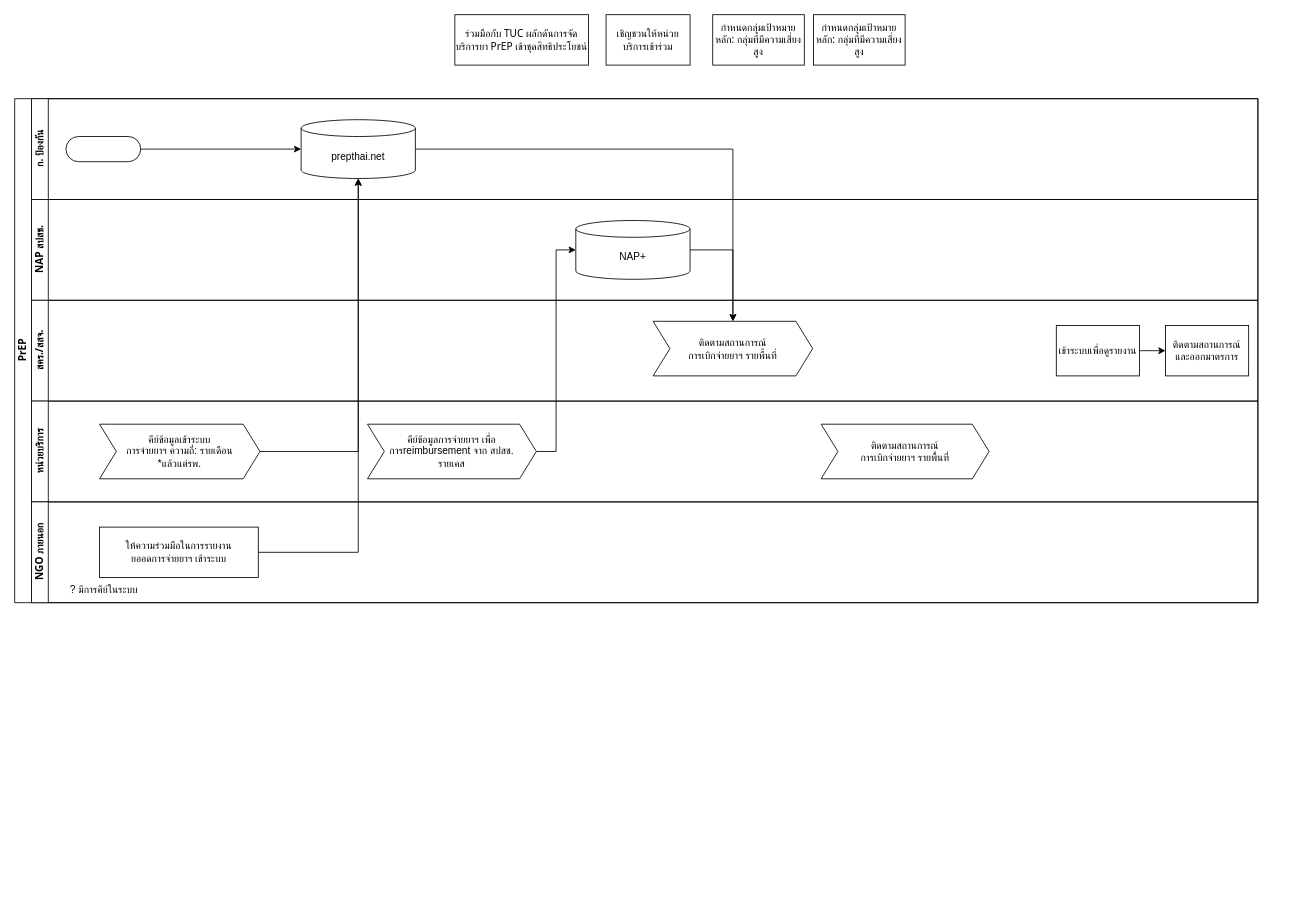
anun311/regist keeps this draw.io diagram as PrEP workflow.drawio. Above is the earlier version. Source tidied: cells renumbered, new cells numbered last; positions are measured from the earlier drawing's top-left corner, leaving out a move shared by most shapes. Both pictures are drawn from the tidied source at 84%, with x=0, y=0 at pixel (14, 14).
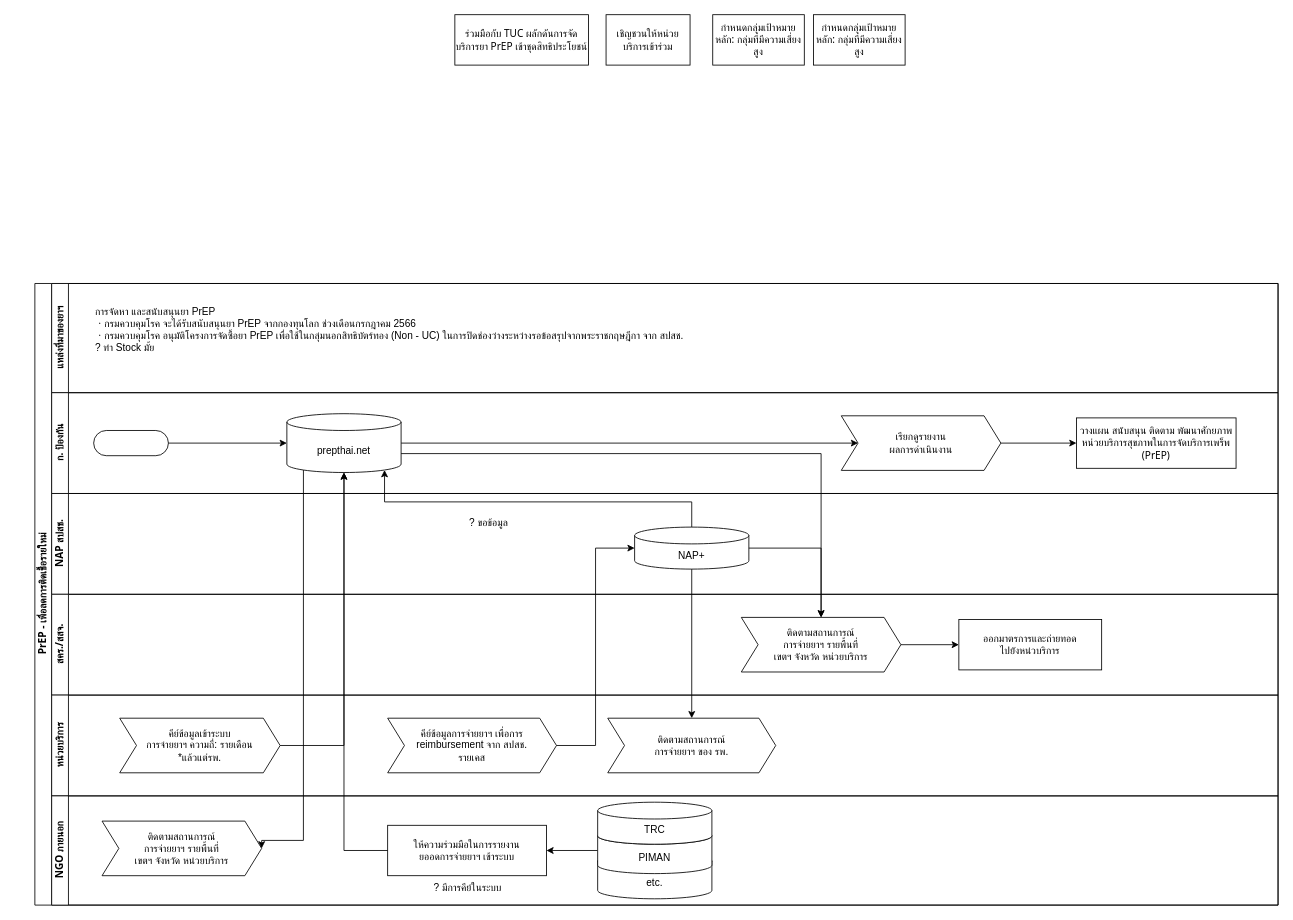
Above is the later version.

The edit, as a diff of the source:
```diff
@@
-    <mxCell id="2" value="PrEP" style="swimlane;html=1;horizontal=0;startSize=20;fontFamily=Tahoma;" parent="1" vertex="1">
-      <mxGeometry y="100" width="1480" height="600" as="geometry" />
+    <mxCell id="2" value="PrEP - เพื่อลดการติดเชื้อรายใหม่" style="swimlane;html=1;horizontal=0;startSize=20;fontFamily=Tahoma;" parent="1" vertex="1">
+      <mxGeometry x="24" y="320" width="1480" height="740" as="geometry" />
     </mxCell>
-    <mxCell id="3" value="ก. ป้องกัน" style="swimlane;html=1;startSize=20;horizontal=0;fontFamily=Tahoma;" parent="2" vertex="1">
-      <mxGeometry x="20" width="1460" height="120" as="geometry" />
+    <mxCell id="3" value="แหล่งที่มาของยาฯ" style="swimlane;html=1;startSize=20;horizontal=0;fontFamily=Tahoma;" parent="2" vertex="1">
+      <mxGeometry x="20" width="1460" height="130" as="geometry" />
     </mxCell>
+    <mxCell id="30" value="&lt;span style=&quot;background-color: initial;&quot;&gt;การจัดหา และสนับสนุนยา PrEP&lt;/span&gt;&lt;br&gt;&lt;p style=&quot;margin: 0px;&quot;&gt;&lt;span style=&quot;background-color: initial;&quot;&gt;ㆍกรมควบคุมโรค จะได้รับสนับสนุนยา PrEP จากกองทุนโลก ช่วงเดือนกรกฎาคม 2566&lt;/span&gt;&lt;/p&gt;&lt;p style=&quot;margin: 0px;&quot;&gt;ㆍกรมควบคุมโรค อนุมัติโครงการจัดซื้อยา PrEP เพื่อใช้ในกลุ่มนอกสิทธิบัตร์ทอง (Non - UC) ในการปิด&lt;span style=&quot;background-color: initial;&quot;&gt;ช่องว่างระหว่างรอข้อสรุปจากพระราชกฤษฎีกา จาก สปสช.&lt;/span&gt;&lt;/p&gt;? ทำ Stock มั้ย" style="text;html=1;align=left;verticalAlign=middle;strokeColor=none;fillColor=none;" parent="3" vertex="1">
+      <mxGeometry x="50" y="20" width="800" height="70" as="geometry" />
+    </mxCell>
+    <mxCell id="31" value="ก. ป้องกัน" style="swimlane;html=1;startSize=20;horizontal=0;fontFamily=Tahoma;" parent="2" vertex="1">
+      <mxGeometry x="20" y="130" width="1460" height="120" as="geometry" />
+    </mxCell>
+    <mxCell id="32" style="edgeStyle=orthogonalEdgeStyle;rounded=0;jettySize=auto;html=1;exitX=1;exitY=0.5;exitDx=0;exitDy=0;exitPerimeter=0;" parent="31" edge="1" source="5" target="34">
+      <mxGeometry relative="1" as="geometry" />
+    </mxCell>
+    <mxCell id="5" value="prepthai.net" style="shape=cylinder3;whiteSpace=wrap;html=1;boundedLbl=1;backgroundOutline=1;size=10;" parent="31" vertex="1">
+      <mxGeometry x="280" y="25" width="136" height="70" as="geometry" />
+    </mxCell>
-    <mxCell id="4" style="rounded=1;whiteSpace=wrap;html=1;arcSize=50;" parent="3" vertex="1">
-      <mxGeometry x="41" y="45" width="89" height="30" as="geometry" />
+    <mxCell id="4" style="rounded=1;whiteSpace=wrap;html=1;arcSize=50;" parent="31" vertex="1">
+      <mxGeometry x="50" y="45" width="89" height="30" as="geometry" />
     </mxCell>
-    <mxCell id="5" value="prepthai.net" style="shape=cylinder3;whiteSpace=wrap;html=1;boundedLbl=1;backgroundOutline=1;size=10;" parent="3" vertex="1">
-      <mxGeometry x="321" y="25" width="136" height="70" as="geometry" />
-    </mxCell>
-    <mxCell id="6" style="edgeStyle=orthogonalEdgeStyle;rounded=0;jettySize=auto;html=1;fontFamily=Tahoma;exitX=1;exitY=0.5;exitDx=0;exitDy=0;" parent="3" edge="1" source="4" target="5">
+    <mxCell id="6" style="edgeStyle=orthogonalEdgeStyle;rounded=0;jettySize=auto;html=1;fontFamily=Tahoma;exitX=1;exitY=0.5;exitDx=0;exitDy=0;" parent="31" edge="1" source="4" target="5">
       <mxGeometry relative="1" as="geometry" />
     </mxCell>
+    <mxCell id="33" style="edgeStyle=orthogonalEdgeStyle;rounded=0;jettySize=auto;html=1;" parent="31" edge="1" source="34" target="35">
+      <mxGeometry relative="1" as="geometry" />
+    </mxCell>
+    <mxCell id="34" value="เรียกดูรายงาน&lt;br&gt;ผลการดำเนินงาน" style="shape=step;perimeter=stepPerimeter;whiteSpace=wrap;html=1;fixedSize=1;" parent="31" vertex="1">
+      <mxGeometry x="940" y="27.5" width="190" height="65" as="geometry" />
+    </mxCell>
+    <mxCell id="35" value="วางแผน สนับสนุน ติดตาม พัฒนาศักยภาพหน่วยบริการสุขภาพในการจัดบริการเพร็พ (PrEP)" style="rounded=0;whiteSpace=wrap;html=1;fontFamily=Tahoma;fontSize=12;fontColor=#000000;align=center;" parent="31" vertex="1">
+      <mxGeometry x="1220" y="30" width="190" height="60" as="geometry" />
+    </mxCell>
     <mxCell id="7" value="NAP สปสช." style="swimlane;html=1;startSize=20;horizontal=0;fontFamily=Tahoma;" parent="2" vertex="1">
-      <mxGeometry x="20" y="120" width="1460" height="120" as="geometry" />
+      <mxGeometry x="20" y="250" width="1460" height="120" as="geometry" />
     </mxCell>
     <mxCell id="8" value="NAP+" style="shape=cylinder3;whiteSpace=wrap;html=1;boundedLbl=1;backgroundOutline=1;size=10;" parent="7" vertex="1">
-      <mxGeometry x="648" y="25" width="136" height="70" as="geometry" />
+      <mxGeometry x="694" y="40" width="136" height="50" as="geometry" />
     </mxCell>
+    <mxCell id="36" value="? ขอข้อมูล" style="text;html=1;align=center;verticalAlign=middle;strokeColor=none;fillColor=none;" parent="7" vertex="1">
+      <mxGeometry x="480" y="20" width="80" height="30" as="geometry" />
+    </mxCell>
     <mxCell id="9" value="สคร./สสจ." style="swimlane;html=1;startSize=20;horizontal=0;fontFamily=Tahoma;" parent="2" vertex="1">
-      <mxGeometry x="20" y="240" width="1460" height="120" as="geometry" />
+      <mxGeometry x="20" y="370" width="1460" height="120" as="geometry" />
     </mxCell>
-    <mxCell id="10" style="edgeStyle=orthogonalEdgeStyle;rounded=0;jettySize=auto;html=1;exitX=1;exitY=0.5;exitDx=0;exitDy=0;entryX=0;entryY=0.5;entryDx=0;entryDy=0;" parent="9" edge="1" source="12" target="13">
-      <mxGeometry relative="1" as="geometry" />
-    </mxCell>
+    <mxCell id="37" style="edgeStyle=orthogonalEdgeStyle;rounded=0;jettySize=auto;html=1;entryX=0;entryY=0.5;entryDx=0;entryDy=0;" parent="9" edge="1" source="11" target="13">
+      <mxGeometry relative="1" as="geometry" />
+    </mxCell>
-    <mxCell id="11" value="ติดตามสถานการณ์&lt;br&gt;การเบิกจ่ายยาฯ รายพื้นที่" style="shape=step;perimeter=stepPerimeter;whiteSpace=wrap;html=1;fixedSize=1;" parent="9" vertex="1">
-      <mxGeometry x="740" y="25" width="190" height="65" as="geometry" />
+    <mxCell id="11" value="ติดตามสถานการณ์&lt;br&gt;การจ่ายยาฯ รายพื้นที่&lt;br&gt;เขตฯ จังหวัด หน่วยบริการ" style="shape=step;perimeter=stepPerimeter;whiteSpace=wrap;html=1;fixedSize=1;" parent="9" vertex="1">
+      <mxGeometry x="821" y="27.5" width="190" height="65" as="geometry" />
     </mxCell>
-    <mxCell id="12" value="เข้าระบบเพื่อดูรายงาน" style="rounded=0;whiteSpace=wrap;html=1;fontFamily=Tahoma;fontSize=12;fontColor=#000000;align=center;" parent="9" vertex="1">
-      <mxGeometry x="1220" y="30" width="99" height="60" as="geometry" />
-    </mxCell>
-    <mxCell id="13" value="ติดตามสถานการณ์และออกมาตรการ" style="rounded=0;whiteSpace=wrap;html=1;fontFamily=Tahoma;fontSize=12;fontColor=#000000;align=center;" parent="9" vertex="1">
-      <mxGeometry x="1350" y="30" width="99" height="60" as="geometry" />
+    <mxCell id="13" value="ออกมาตรการและถ่ายทอด&lt;br&gt;ไปยังหน่วบริการ" style="rounded=0;whiteSpace=wrap;html=1;fontFamily=Tahoma;fontSize=12;fontColor=#000000;align=center;" parent="9" vertex="1">
+      <mxGeometry x="1080" y="30" width="170" height="60" as="geometry" />
     </mxCell>
     <mxCell id="14" value="หน่วยบริการ" style="swimlane;html=1;startSize=20;horizontal=0;fontFamily=Tahoma;" parent="2" vertex="1">
-      <mxGeometry x="20" y="360" width="1460" height="120" as="geometry" />
+      <mxGeometry x="20" y="490" width="1460" height="120" as="geometry" />
     </mxCell>
@@
-    <mxCell id="16" value="คีย์ข้อมูลการจ่ายยาฯ เพื่อการreimbursement จาก สปสช.&lt;br&gt;รายเคส" style="shape=step;perimeter=stepPerimeter;whiteSpace=wrap;html=1;fixedSize=1;" parent="14" vertex="1">
+    <mxCell id="16" value="คีย์ข้อมูลการจ่ายยาฯ เพื่อการ reimbursement จาก สปสช.&lt;br&gt;รายเคส" style="shape=step;perimeter=stepPerimeter;whiteSpace=wrap;html=1;fixedSize=1;" parent="14" vertex="1">
       <mxGeometry x="400" y="27.5" width="201" height="65" as="geometry" />
     </mxCell>
-    <mxCell id="17" value="ติดตามสถานการณ์&lt;br&gt;การเบิกจ่ายยาฯ รายพื้นที่" style="shape=step;perimeter=stepPerimeter;whiteSpace=wrap;html=1;fixedSize=1;" parent="14" vertex="1">
-      <mxGeometry x="940" y="27.5" width="200" height="65" as="geometry" />
+    <mxCell id="17" value="ติดตามสถานการณ์&lt;br&gt;การจ่ายยาฯ ของ รพ." style="shape=step;perimeter=stepPerimeter;whiteSpace=wrap;html=1;fixedSize=1;" parent="14" vertex="1">
+      <mxGeometry x="662" y="27.5" width="200" height="65" as="geometry" />
     </mxCell>
     <mxCell id="18" value="NGO ภายนอก" style="swimlane;html=1;startSize=20;horizontal=0;fontFamily=Tahoma;" parent="2" vertex="1">
-      <mxGeometry x="20" y="480" width="1460" height="120" as="geometry" />
+      <mxGeometry x="20" y="610" width="1460" height="130" as="geometry" />
     </mxCell>
     <mxCell id="19" value="ให้ความร่วมมือในการรายงาน&lt;br&gt;ยออดการจ่ายยาฯ เข้าระบบ" style="rounded=0;whiteSpace=wrap;html=1;fontFamily=Tahoma;fontSize=12;fontColor=#000000;align=center;" parent="18" vertex="1">
-      <mxGeometry x="81" y="30" width="189" height="60" as="geometry" />
+      <mxGeometry x="400" y="35" width="189" height="60" as="geometry" />
     </mxCell>
     <mxCell id="20" value="? มีการคีย์ในระบบ" style="text;html=1;align=center;verticalAlign=middle;strokeColor=none;fillColor=none;" parent="18" vertex="1">
-      <mxGeometry x="31" y="90" width="110" height="30" as="geometry" />
+      <mxGeometry x="439.5" y="95" width="110" height="30" as="geometry" />
     </mxCell>
+    <mxCell id="38" style="edgeStyle=orthogonalEdgeStyle;rounded=0;jettySize=auto;html=1;exitX=0;exitY=0.5;exitDx=0;exitDy=0;exitPerimeter=0;" parent="18" edge="1" source="41" target="19">
+      <mxGeometry relative="1" as="geometry" />
+    </mxCell>
+    <mxCell id="39" style="group;" parent="18" vertex="1">
+      <mxGeometry x="650" y="7.5" width="136" height="115" as="geometry" />
+    </mxCell>
+    <mxCell id="40" value="etc." style="shape=cylinder3;whiteSpace=wrap;html=1;boundedLbl=1;backgroundOutline=1;size=10;" parent="39" vertex="1">
+      <mxGeometry y="60" width="136" height="55" as="geometry" />
+    </mxCell>
+    <mxCell id="41" value="PIMAN" style="shape=cylinder3;whiteSpace=wrap;html=1;boundedLbl=1;backgroundOutline=1;size=10;" parent="39" vertex="1">
+      <mxGeometry y="30" width="136" height="55" as="geometry" />
+    </mxCell>
+    <mxCell id="42" value="TRC" style="shape=cylinder3;whiteSpace=wrap;html=1;boundedLbl=1;backgroundOutline=1;size=10;" parent="39" vertex="1">
+      <mxGeometry width="136" height="50" as="geometry" />
+    </mxCell>
+    <mxCell id="43" value="ติดตามสถานการณ์&lt;br&gt;การจ่ายยาฯ รายพื้นที่&lt;br&gt;เขตฯ จังหวัด หน่วยบริการ" style="shape=step;perimeter=stepPerimeter;whiteSpace=wrap;html=1;fixedSize=1;" parent="18" vertex="1">
+      <mxGeometry x="60" y="30" width="190" height="65" as="geometry" />
+    </mxCell>
@@
-    <mxCell id="22" style="edgeStyle=orthogonalEdgeStyle;rounded=0;jettySize=auto;html=1;entryX=0.5;entryY=1;entryDx=0;entryDy=0;entryPerimeter=0;" parent="2" edge="1" source="19" target="5">
+    <mxCell id="22" style="edgeStyle=orthogonalEdgeStyle;rounded=0;jettySize=auto;html=1;entryX=0.5;entryY=1;entryDx=0;entryDy=0;entryPerimeter=0;exitX=0;exitY=0.5;exitDx=0;exitDy=0;" parent="2" edge="1" source="19" target="5">
       <mxGeometry relative="1" as="geometry" />
     </mxCell>
-    <mxCell id="23" style="edgeStyle=orthogonalEdgeStyle;rounded=0;jettySize=auto;html=1;" parent="2" edge="1" source="5" target="11">
+    <mxCell id="23" style="edgeStyle=orthogonalEdgeStyle;rounded=0;jettySize=auto;html=1;exitX=1;exitY=0;exitDx=0;exitDy=47.5;exitPerimeter=0;" parent="2" edge="1" source="5" target="11">
       <mxGeometry relative="1" as="geometry" />
     </mxCell>
@@
+    <mxCell id="44" style="edgeStyle=orthogonalEdgeStyle;rounded=0;jettySize=auto;html=1;entryX=0.855;entryY=1;entryDx=0;entryDy=-2.9;entryPerimeter=0;exitX=0.5;exitY=0;exitDx=0;exitDy=0;exitPerimeter=0;" parent="2" edge="1" source="8" target="5">
+      <mxGeometry relative="1" as="geometry">
+        <Array as="points">
+          <mxPoint x="416" y="260" />
+        </Array>
+      </mxGeometry>
+    </mxCell>
+    <mxCell id="45" style="edgeStyle=orthogonalEdgeStyle;rounded=0;jettySize=auto;html=1;entryX=0.5;entryY=0;entryDx=0;entryDy=0;" parent="2" edge="1" source="8" target="17">
+      <mxGeometry relative="1" as="geometry" />
+    </mxCell>
+    <mxCell id="46" style="edgeStyle=orthogonalEdgeStyle;rounded=0;jettySize=auto;html=1;exitX=0.145;exitY=1;exitDx=0;exitDy=-2.9;exitPerimeter=0;entryX=1;entryY=0.5;entryDx=0;entryDy=0;" parent="2" edge="1" source="5" target="43">
+      <mxGeometry relative="1" as="geometry">
+        <Array as="points">
+          <mxPoint x="320" y="663" />
+        </Array>
+      </mxGeometry>
+    </mxCell>
```
